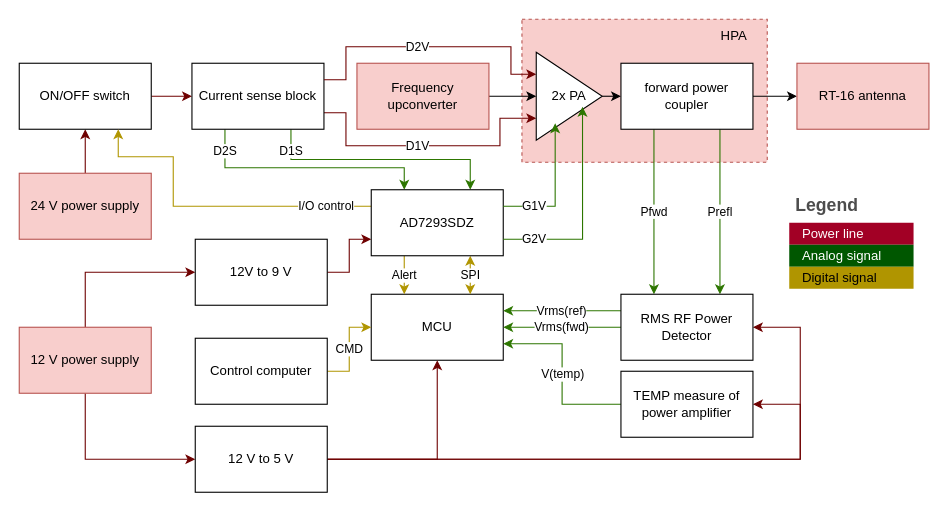
The draw.io diagram hardware/block_diagrams/project_diagram.drawio in ElectroIGO/bak_rl, before the edit. Source tidied: cells renumbered, new cells numbered last; positions are measured from the earlier drawing's top-left corner, leaving out a move shared by most shapes. Both pictures are drawn from the tidied source at 110%, with x=0, y=0 at pixel (19, 19).
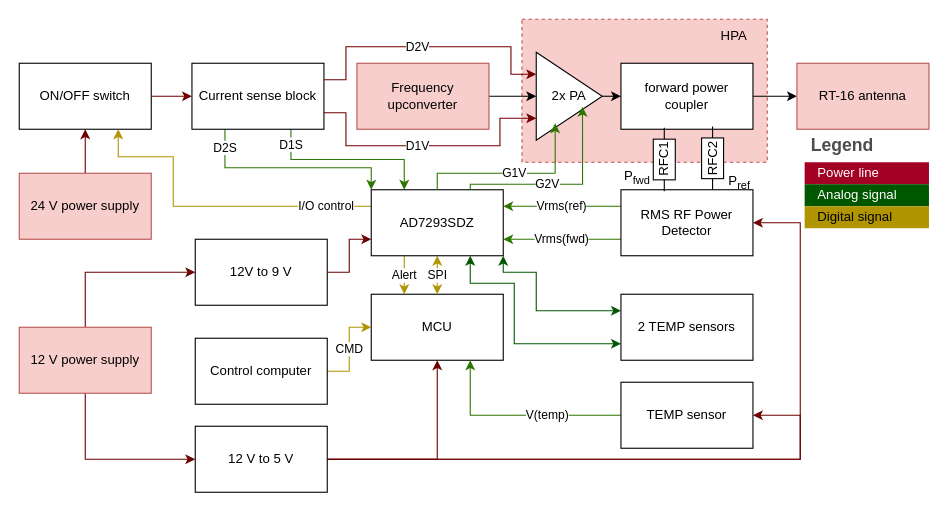
The same diagram, later.

The change refers to these unchanged cells:
```xml
<mxCell id="7" value="MCU" style="rounded=0;whiteSpace=wrap;html=1;" parent="1" vertex="1">
  <mxGeometry x="320" y="250" width="120" height="60" as="geometry" />
</mxCell>
<mxCell id="11" value="12 V to 5 V" style="rounded=0;whiteSpace=wrap;html=1;" parent="1" vertex="1">
  <mxGeometry x="160" y="370" width="120" height="60" as="geometry" />
</mxCell>
<mxCell id="22" value="Current sense block" style="rounded=0;whiteSpace=wrap;html=1;" parent="1" vertex="1">
  <mxGeometry x="157" y="40" width="120" height="60" as="geometry" />
</mxCell>
<mxCell id="25" value="2x PA" style="triangle;whiteSpace=wrap;html=1;" parent="1" vertex="1">
  <mxGeometry x="470" y="30" width="60" height="80" as="geometry" />
</mxCell>
<mxCell id="29" value="forward power coupler" style="rounded=0;whiteSpace=wrap;html=1;" parent="1" vertex="1">
  <mxGeometry x="547" y="40" width="120" height="60" as="geometry" />
</mxCell>
<mxCell id="40" value="AD7293SDZ" style="rounded=0;whiteSpace=wrap;html=1;" parent="1" vertex="1">
  <mxGeometry x="320" y="155" width="120" height="60" as="geometry" />
</mxCell>
```

Change to the diagram source:
```diff
@@
     <mxCell id="9" style="edgeStyle=orthogonalEdgeStyle;rounded=0;jettySize=auto;html=1;exitX=1;exitY=0.5;exitDx=0;exitDy=0;entryX=1;entryY=0.5;entryDx=0;entryDy=0;fillColor=#a20025;strokeColor=#6F0000;" parent="1" edge="1" source="11" target="15">
       <mxGeometry relative="1" as="geometry">
         <Array as="points">
           <mxPoint x="710" y="400" />
-          <mxPoint x="710" y="350" />
+          <mxPoint x="710" y="360" />
         </Array>
       </mxGeometry>
     </mxCell>
     <mxCell id="10" style="edgeStyle=orthogonalEdgeStyle;rounded=0;jettySize=auto;html=1;exitX=1;exitY=0.5;exitDx=0;exitDy=0;entryX=1;entryY=0.5;entryDx=0;entryDy=0;fillColor=#a20025;strokeColor=#6F0000;" parent="1" edge="1" source="11" target="35">
       <mxGeometry relative="1" as="geometry">
         <Array as="points">
           <mxPoint x="710" y="400" />
-          <mxPoint x="710" y="280" />
+          <mxPoint x="710" y="185" />
         </Array>
       </mxGeometry>
     </mxCell>
@@
-    <mxCell id="14" value="V(temp)" style="edgeStyle=orthogonalEdgeStyle;rounded=0;jettySize=auto;html=1;exitX=0;exitY=0.5;exitDx=0;exitDy=0;entryX=1;entryY=0.75;entryDx=0;entryDy=0;fillColor=#60a917;strokeColor=#2D7600;" parent="1" edge="1" source="15" target="7">
-      <mxGeometry relative="1" as="geometry" />
+    <mxCell id="14" value="V(temp)" style="edgeStyle=orthogonalEdgeStyle;rounded=0;jettySize=auto;html=1;exitX=0;exitY=0.5;exitDx=0;exitDy=0;entryX=0.75;entryY=1;entryDx=0;entryDy=0;fillColor=#60a917;strokeColor=#2D7600;" parent="1" edge="1" source="15" target="7">
+      <mxGeometry x="-0.28" relative="1" as="geometry" />
     </mxCell>
-    <mxCell id="15" value="TEMP measure of power amplifier" style="rounded=0;whiteSpace=wrap;html=1;" parent="1" vertex="1">
-      <mxGeometry x="547" y="320" width="120" height="60" as="geometry" />
+    <mxCell id="15" value="TEMP sensor" style="rounded=0;whiteSpace=wrap;html=1;" parent="1" vertex="1">
+      <mxGeometry x="547" y="330" width="120" height="60" as="geometry" />
     </mxCell>
@@
-    <mxCell id="20" value="D1S" style="edgeStyle=orthogonalEdgeStyle;rounded=0;jettySize=auto;html=1;exitX=0.75;exitY=1;exitDx=0;exitDy=0;entryX=0.75;entryY=0;entryDx=0;entryDy=0;fillColor=#60a917;strokeColor=#2D7600;" parent="1" edge="1" source="22" target="40">
+    <mxCell id="20" value="D1S" style="edgeStyle=orthogonalEdgeStyle;rounded=0;jettySize=auto;html=1;exitX=0.75;exitY=1;exitDx=0;exitDy=0;entryX=0.25;entryY=0;entryDx=0;entryDy=0;fillColor=#60a917;strokeColor=#2D7600;" parent="1" edge="1" source="22" target="40">
       <mxGeometry x="-0.82" relative="1" as="geometry" />
     </mxCell>
-    <mxCell id="21" value="D2S" style="edgeStyle=orthogonalEdgeStyle;rounded=0;jettySize=auto;html=1;exitX=0.25;exitY=1;exitDx=0;exitDy=0;entryX=0.25;entryY=0;entryDx=0;entryDy=0;fillColor=#60a917;strokeColor=#2D7600;" parent="1" edge="1" source="22" target="40">
+    <mxCell id="21" value="D2S" style="edgeStyle=orthogonalEdgeStyle;rounded=0;jettySize=auto;html=1;exitX=0.25;exitY=1;exitDx=0;exitDy=0;entryX=0;entryY=0;entryDx=0;entryDy=0;fillColor=#60a917;strokeColor=#2D7600;" parent="1" edge="1" source="22" target="40">
       <mxGeometry x="-0.82" relative="1" as="geometry">
         <Array as="points">
           <mxPoint x="187" y="135" />
-          <mxPoint x="350" y="135" />
+          <mxPoint x="320" y="135" />
         </Array>
       </mxGeometry>
     </mxCell>
@@
-    <mxCell id="27" value="Pfwd" style="edgeStyle=orthogonalEdgeStyle;rounded=0;jettySize=auto;html=1;exitX=0.25;exitY=1;exitDx=0;exitDy=0;entryX=0.25;entryY=0;entryDx=0;entryDy=0;fillColor=#60a917;strokeColor=#2D7600;" parent="1" edge="1" source="29" target="35">
-      <mxGeometry relative="1" as="geometry" />
-    </mxCell>
-    <mxCell id="28" value="Prefl" style="edgeStyle=orthogonalEdgeStyle;rounded=0;jettySize=auto;html=1;exitX=0.75;exitY=1;exitDx=0;exitDy=0;entryX=0.75;entryY=0;entryDx=0;entryDy=0;fillColor=#60a917;strokeColor=#2D7600;" parent="1" edge="1" source="29" target="35">
-      <mxGeometry relative="1" as="geometry" />
-    </mxCell>
@@
-    <mxCell id="33" value="Vrms(fwd)" style="edgeStyle=orthogonalEdgeStyle;rounded=0;jettySize=auto;html=1;exitX=0;exitY=0.5;exitDx=0;exitDy=0;entryX=1;entryY=0.5;entryDx=0;entryDy=0;fillColor=#60a917;strokeColor=#2D7600;" parent="1" edge="1" source="35" target="7">
-      <mxGeometry relative="1" as="geometry">
-        <Array as="points">
-          <mxPoint x="530" y="280" />
-          <mxPoint x="530" y="280" />
-        </Array>
-      </mxGeometry>
+    <mxCell id="33" value="Vrms(fwd)" style="edgeStyle=orthogonalEdgeStyle;rounded=0;jettySize=auto;html=1;exitX=0;exitY=0.75;exitDx=0;exitDy=0;entryX=1;entryY=0.75;entryDx=0;entryDy=0;fillColor=#60a917;strokeColor=#2D7600;" parent="1" edge="1" source="35" target="40">
+      <mxGeometry relative="1" as="geometry" />
     </mxCell>
-    <mxCell id="34" value="Vrms(ref)" style="edgeStyle=orthogonalEdgeStyle;rounded=0;jettySize=auto;html=1;exitX=0;exitY=0.25;exitDx=0;exitDy=0;entryX=1;entryY=0.25;entryDx=0;entryDy=0;fillColor=#60a917;strokeColor=#2D7600;" parent="1" edge="1" source="35" target="7">
-      <mxGeometry relative="1" as="geometry">
-        <Array as="points">
-          <mxPoint x="470" y="265" />
-          <mxPoint x="470" y="265" />
-        </Array>
-      </mxGeometry>
+    <mxCell id="34" value="Vrms(ref)" style="edgeStyle=orthogonalEdgeStyle;rounded=0;jettySize=auto;html=1;exitX=0;exitY=0.25;exitDx=0;exitDy=0;entryX=1;entryY=0.25;entryDx=0;entryDy=0;fillColor=#60a917;strokeColor=#2D7600;" parent="1" edge="1" source="35" target="40">
+      <mxGeometry relative="1" as="geometry" />
     </mxCell>
     <mxCell id="35" value="RMS RF Power Detector" style="rounded=0;whiteSpace=wrap;html=1;" parent="1" vertex="1">
-      <mxGeometry x="547" y="250" width="120" height="60" as="geometry" />
+      <mxGeometry x="547" y="155" width="120" height="60" as="geometry" />
     </mxCell>
@@
-    <mxCell id="38" value="SPI" style="edgeStyle=orthogonalEdgeStyle;rounded=0;jettySize=auto;html=1;exitX=0.75;exitY=1;exitDx=0;exitDy=0;entryX=0.75;entryY=0;entryDx=0;entryDy=0;fillColor=#e3c800;strokeColor=#B09500;startArrow=classic;startFill=1;" parent="1" edge="1" source="40" target="7">
-      <mxGeometry relative="1" as="geometry" />
+    <mxCell id="38" value="SPI" style="edgeStyle=orthogonalEdgeStyle;rounded=0;jettySize=auto;html=1;exitX=0.5;exitY=1;exitDx=0;exitDy=0;entryX=0.5;entryY=0;entryDx=0;entryDy=0;fillColor=#e3c800;strokeColor=#B09500;startArrow=classic;startFill=1;" parent="1" edge="1" source="40" target="7">
+      <mxGeometry x="0.03" relative="1" as="geometry" />
     </mxCell>
@@
+    <mxCell id="52" style="edgeStyle=orthogonalEdgeStyle;rounded=0;jettySize=auto;html=1;exitX=0.75;exitY=1;exitDx=0;exitDy=0;entryX=0;entryY=0.75;entryDx=0;entryDy=0;startArrow=classic;startFill=1;fillColor=#008a00;strokeColor=#005700;" parent="1" edge="1" source="40" target="54">
+      <mxGeometry relative="1" as="geometry">
+        <Array as="points">
+          <mxPoint x="410" y="240" />
+          <mxPoint x="450" y="240" />
+          <mxPoint x="450" y="295" />
+        </Array>
+      </mxGeometry>
+    </mxCell>
+    <mxCell id="53" style="edgeStyle=orthogonalEdgeStyle;rounded=0;jettySize=auto;html=1;exitX=1;exitY=1;exitDx=0;exitDy=0;entryX=0;entryY=0.25;entryDx=0;entryDy=0;startArrow=classic;startFill=1;fillColor=#008a00;strokeColor=#005700;" parent="1" edge="1" source="40" target="54">
+      <mxGeometry relative="1" as="geometry">
+        <Array as="points">
+          <mxPoint x="440" y="230" />
+          <mxPoint x="470" y="230" />
+          <mxPoint x="470" y="265" />
+        </Array>
+      </mxGeometry>
+    </mxCell>
@@
-    <mxCell id="43" value="G1V" style="edgeStyle=orthogonalEdgeStyle;rounded=0;jettySize=auto;html=1;exitX=1;exitY=0.25;exitDx=0;exitDy=0;entryX=0.287;entryY=0.808;entryDx=0;entryDy=0;entryPerimeter=0;fillColor=#60a917;strokeColor=#2D7600;" parent="1" edge="1" source="40" target="25">
-      <mxGeometry x="-0.55" relative="1" as="geometry" />
+    <mxCell id="43" value="G1V" style="edgeStyle=orthogonalEdgeStyle;rounded=0;jettySize=auto;html=1;exitX=0.5;exitY=0;exitDx=0;exitDy=0;entryX=0.287;entryY=0.808;entryDx=0;entryDy=0;entryPerimeter=0;fillColor=#60a917;strokeColor=#2D7600;" parent="1" edge="1" source="40" target="25">
+      <mxGeometry x="0.01" relative="1" as="geometry">
+        <Array as="points">
+          <mxPoint x="380" y="140" />
+          <mxPoint x="487" y="140" />
+        </Array>
+      </mxGeometry>
     </mxCell>
-    <mxCell id="44" value="G2V" style="edgeStyle=orthogonalEdgeStyle;rounded=0;jettySize=auto;html=1;exitX=1;exitY=0.75;exitDx=0;exitDy=0;entryX=0.701;entryY=0.619;entryDx=0;entryDy=0;entryPerimeter=0;fillColor=#60a917;strokeColor=#2D7600;" parent="1" edge="1" source="40" target="25">
-      <mxGeometry x="-0.71" relative="1" as="geometry" />
+    <mxCell id="44" value="G2V" style="edgeStyle=orthogonalEdgeStyle;rounded=0;jettySize=auto;html=1;exitX=0.75;exitY=0;exitDx=0;exitDy=0;entryX=0.701;entryY=0.619;entryDx=0;entryDy=0;entryPerimeter=0;fillColor=#60a917;strokeColor=#2D7600;" parent="1" edge="1" source="40" target="25">
+      <mxGeometry x="-0.16" relative="1" as="geometry">
+        <Array as="points">
+          <mxPoint x="410" y="150" />
+          <mxPoint x="512" y="150" />
+        </Array>
+      </mxGeometry>
     </mxCell>
     <mxCell id="45" value="Legend" style="shape=table;startSize=30;childLayout=tableLayout;fontSize=16;align=left;verticalAlign=top;fillColor=none;strokeColor=none;fontColor=#4D4D4D;fontStyle=1;spacingLeft=6;spacing=0;" parent="1" vertex="1">
-      <mxGeometry x="700" y="155" width="113" height="90" as="geometry" />
+      <mxGeometry x="714" y="100" width="113" height="90" as="geometry" />
     </mxCell>
@@
+    <mxCell id="54" value="2 TEMP sensors" style="rounded=0;whiteSpace=wrap;html=1;" parent="1" vertex="1">
+      <mxGeometry x="547" y="250" width="120" height="60" as="geometry" />
+    </mxCell>
+    <mxCell id="55" style="verticalLabelPosition=bottom;shadow=0;dashed=0;align=center;html=1;verticalAlign=top;shape=mxgraph.electrical.resistors.resistor_1;rotation=-90;" parent="1" vertex="1">
+      <mxGeometry x="557.5" y="117.5" width="57.8" height="20" as="geometry" />
+    </mxCell>
+    <mxCell id="56" value="RFC1" style="text;strokeColor=none;align=center;fillColor=none;html=1;verticalAlign=middle;whiteSpace=wrap;rounded=0;rotation=-90;" parent="1" vertex="1">
+      <mxGeometry x="570.9" y="112.5" width="30.5" height="30" as="geometry" />
+    </mxCell>
+    <mxCell id="57" style="verticalLabelPosition=bottom;shadow=0;dashed=0;align=center;html=1;verticalAlign=top;shape=mxgraph.electrical.resistors.resistor_1;rotation=-90;" parent="1" vertex="1">
+      <mxGeometry x="601.4" y="116.4" width="57.8" height="20" as="geometry" />
+    </mxCell>
+    <mxCell id="58" value="RFC2" style="text;strokeColor=none;align=center;fillColor=none;html=1;verticalAlign=middle;whiteSpace=wrap;rounded=0;rotation=-90;" parent="1" vertex="1">
+      <mxGeometry x="612.5" y="112.5" width="35.5" height="30" as="geometry" />
+    </mxCell>
+    <mxCell id="59" value="P&lt;sub&gt;fwd&lt;/sub&gt;" style="text;strokeColor=none;align=center;fillColor=none;html=1;verticalAlign=middle;whiteSpace=wrap;rounded=0;" parent="1" vertex="1">
+      <mxGeometry x="547" y="136.4" width="30" height="15" as="geometry" />
+    </mxCell>
+    <mxCell id="60" value="P&lt;sub&gt;ref&lt;/sub&gt;" style="text;strokeColor=none;align=center;fillColor=none;html=1;verticalAlign=middle;whiteSpace=wrap;rounded=0;" parent="1" vertex="1">
+      <mxGeometry x="640" y="140" width="30" height="15" as="geometry" />
+    </mxCell>
```
